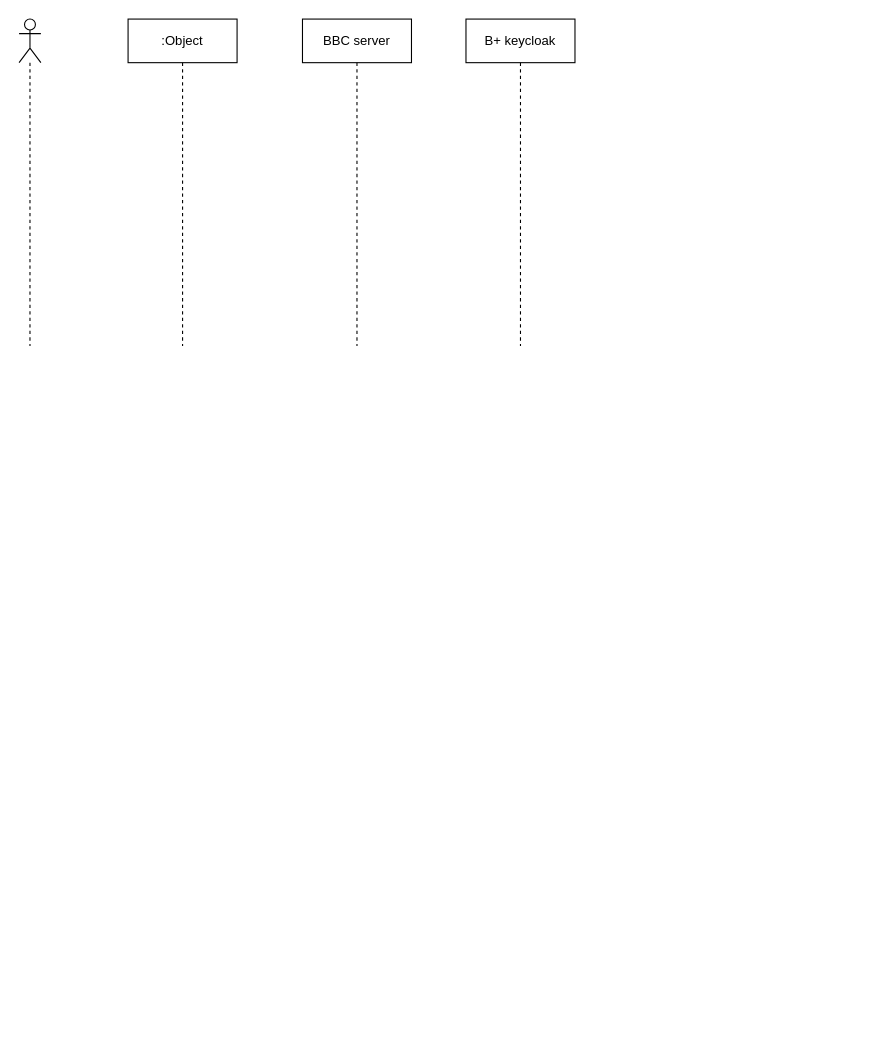
Before: BBC授权流程.drawio in huturenji/drawio, a draw.io diagram. Source tidied: cells renumbered, new cells numbered last; positions are measured from the earlier drawing's top-left corner, leaving out a move shared by most shapes. Both pictures are drawn from the tidied source at 109%, with x=0, y=0 at pixel (19, 19).
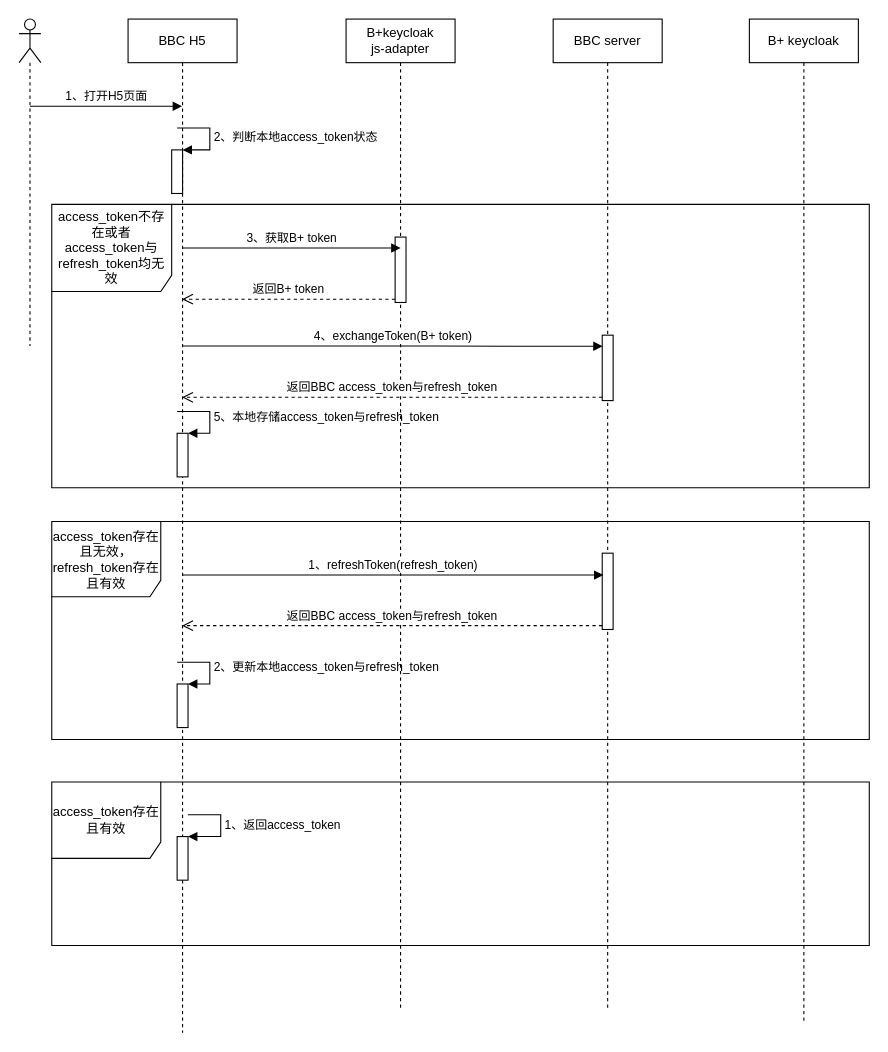
The same diagram, later.

Commit message (it also covers changes not shown here):
更新BBC授权流程.drawio

The change refers to these unchanged cells:
```xml
<mxCell id="4" style="shape=umlLifeline;participant=umlActor;perimeter=lifelinePerimeter;whiteSpace=wrap;html=1;verticalAlign=top;spacingTop=36;" parent="1" vertex="1">
  <mxGeometry width="20" height="300" as="geometry" />
</mxCell>
```

What changed in the source:
```diff
@@
+    <mxCell id="6" value="access_token存在且无效，refresh_token存在且有效" style="shape=umlFrame;whiteSpace=wrap;html=1;width=100;height=69;" parent="1" vertex="1">
+      <mxGeometry x="30" y="461" width="750" height="200" as="geometry" />
+    </mxCell>
+    <mxCell id="7" value="access_token不存在或者access_token与refresh_token均无效" style="shape=umlFrame;whiteSpace=wrap;html=1;width=110;height=80;" parent="1" vertex="1">
+      <mxGeometry x="30" y="170" width="750" height="260" as="geometry" />
+    </mxCell>
-    <mxCell id="2" value=":Object" style="shape=umlLifeline;perimeter=lifelinePerimeter;whiteSpace=wrap;html=1;outlineConnect=0;" parent="1" vertex="1">
-      <mxGeometry x="100" width="100" height="300" as="geometry" />
+    <mxCell id="2" value="BBC H5" style="shape=umlLifeline;perimeter=lifelinePerimeter;whiteSpace=wrap;html=1;outlineConnect=0;" parent="1" vertex="1">
+      <mxGeometry x="100" width="100" height="930" as="geometry" />
     </mxCell>
+    <mxCell id="8" style="html=1;points=[];perimeter=orthogonalPerimeter;" parent="2" vertex="1">
+      <mxGeometry x="40" y="120" width="10" height="40" as="geometry" />
+    </mxCell>
+    <mxCell id="9" value="2、判断本地access_token状态" style="edgeStyle=orthogonalEdgeStyle;html=1;align=left;spacingLeft=2;endArrow=block;rounded=0;entryX=1;entryY=0;" parent="2" edge="1" target="8">
+      <mxGeometry relative="1" as="geometry">
+        <mxPoint x="45" y="100" as="sourcePoint" />
+        <Array as="points">
+          <mxPoint x="75" y="100" />
+        </Array>
+      </mxGeometry>
+    </mxCell>
+    <mxCell id="10" style="html=1;points=[];perimeter=orthogonalPerimeter;" parent="2" vertex="1">
+      <mxGeometry x="45" y="380" width="10" height="40" as="geometry" />
+    </mxCell>
+    <mxCell id="11" value="5、本地存储access_token与refresh_token" style="edgeStyle=orthogonalEdgeStyle;html=1;align=left;spacingLeft=2;endArrow=block;rounded=0;entryX=1;entryY=0;" parent="2" edge="1" target="10">
+      <mxGeometry relative="1" as="geometry">
+        <mxPoint x="45" y="360" as="sourcePoint" />
+        <Array as="points">
+          <mxPoint x="45" y="360" />
+          <mxPoint x="75" y="360" />
+          <mxPoint x="75" y="380" />
+        </Array>
+      </mxGeometry>
+    </mxCell>
+    <mxCell id="12" style="html=1;points=[];perimeter=orthogonalPerimeter;" parent="2" vertex="1">
+      <mxGeometry x="45" y="610" width="10" height="40" as="geometry" />
+    </mxCell>
+    <mxCell id="13" value="2、更新本地access_token与refresh_token" style="edgeStyle=orthogonalEdgeStyle;html=1;align=left;spacingLeft=2;endArrow=block;rounded=0;entryX=1;entryY=0;" parent="2" edge="1" target="12">
+      <mxGeometry relative="1" as="geometry">
+        <mxPoint x="45" y="590" as="sourcePoint" />
+        <Array as="points">
+          <mxPoint x="75" y="590" />
+        </Array>
+      </mxGeometry>
+    </mxCell>
     <mxCell id="3" value="BBC server" style="shape=umlLifeline;perimeter=lifelinePerimeter;whiteSpace=wrap;html=1;" parent="1" vertex="1">
-      <mxGeometry x="260" width="100" height="300" as="geometry" />
+      <mxGeometry x="490" width="100" height="910" as="geometry" />
     </mxCell>
+    <mxCell id="14" style="html=1;points=[];perimeter=orthogonalPerimeter;" parent="3" vertex="1">
+      <mxGeometry x="45" y="290" width="10" height="60" as="geometry" />
+    </mxCell>
+    <mxCell id="15" style="html=1;points=[];perimeter=orthogonalPerimeter;" parent="3" vertex="1">
+      <mxGeometry x="45" y="490" width="10" height="70" as="geometry" />
+    </mxCell>
@@
+    <mxCell id="16" value="1、打开H5页面" style="html=1;verticalAlign=bottom;endArrow=block;rounded=0;" parent="4" edge="1" target="2">
+      <mxGeometry relative="1" as="geometry">
+        <mxPoint x="10" y="80" as="sourcePoint" />
+      </mxGeometry>
+    </mxCell>
     <mxCell id="5" value="B+ keycloak" style="shape=umlLifeline;perimeter=lifelinePerimeter;whiteSpace=wrap;html=1;" parent="1" vertex="1">
-      <mxGeometry x="410" width="100" height="300" as="geometry" />
+      <mxGeometry x="670" width="100" height="920" as="geometry" />
     </mxCell>
+    <mxCell id="17" value="B+keycloak&lt;br&gt;js-adapter" style="shape=umlLifeline;perimeter=lifelinePerimeter;whiteSpace=wrap;html=1;" parent="1" vertex="1">
+      <mxGeometry x="300" width="100" height="910" as="geometry" />
+    </mxCell>
+    <mxCell id="18" style="html=1;points=[];perimeter=orthogonalPerimeter;" parent="17" vertex="1">
+      <mxGeometry x="45" y="200" width="10" height="60" as="geometry" />
+    </mxCell>
+    <mxCell id="19" value="3、获取B+ token" style="html=1;verticalAlign=bottom;endArrow=block;rounded=0;entryX=0.5;entryY=0.167;entryDx=0;entryDy=0;entryPerimeter=0;" parent="1" edge="1" source="2" target="18">
+      <mxGeometry relative="1" as="geometry" />
+    </mxCell>
+    <mxCell id="20" value="返回B+ token" style="html=1;verticalAlign=bottom;endArrow=open;dashed=1;endSize=8;exitX=0;exitY=0.95;rounded=0;" parent="1" edge="1" source="18" target="2">
+      <mxGeometry relative="1" as="geometry" />
+    </mxCell>
+    <mxCell id="21" value="4、exchangeToken(B+ token)" style="html=1;verticalAlign=bottom;endArrow=block;rounded=0;entryX=0.038;entryY=0.17;entryDx=0;entryDy=0;entryPerimeter=0;" parent="1" edge="1" source="2" target="14">
+      <mxGeometry relative="1" as="geometry">
+        <Array as="points">
+          <mxPoint x="380" y="300" />
+        </Array>
+      </mxGeometry>
+    </mxCell>
+    <mxCell id="22" value="返回BBC access_token与refresh_token" style="html=1;verticalAlign=bottom;endArrow=open;dashed=1;endSize=8;exitX=0;exitY=0.95;rounded=0;" parent="1" edge="1" source="14" target="2">
+      <mxGeometry relative="1" as="geometry" />
+    </mxCell>
+    <mxCell id="23" value="access_token存在且有效" style="shape=umlFrame;whiteSpace=wrap;html=1;width=100;height=70;" parent="1" vertex="1">
+      <mxGeometry x="30" y="700" width="750" height="150" as="geometry" />
+    </mxCell>
+    <mxCell id="24" value="1、refreshToken(refresh_token)" style="html=1;verticalAlign=bottom;endArrow=block;entryX=0.107;entryY=0.287;rounded=0;entryDx=0;entryDy=0;entryPerimeter=0;" parent="1" edge="1" source="2" target="15">
+      <mxGeometry relative="1" as="geometry" />
+    </mxCell>
+    <mxCell id="25" value="返回BBC access_token与refresh_token" style="html=1;verticalAlign=bottom;endArrow=open;dashed=1;endSize=8;exitX=0;exitY=0.95;rounded=0;" parent="1" edge="1" source="15" target="2">
+      <mxGeometry relative="1" as="geometry" />
+    </mxCell>
+    <mxCell id="26" style="html=1;points=[];perimeter=orthogonalPerimeter;" parent="1" vertex="1">
+      <mxGeometry x="145" y="750" width="10" height="40" as="geometry" />
+    </mxCell>
+    <mxCell id="27" value="1、返回access_token" style="edgeStyle=orthogonalEdgeStyle;html=1;align=left;spacingLeft=2;endArrow=block;rounded=0;entryX=1;entryY=0;" parent="1" edge="1" target="26">
+      <mxGeometry relative="1" as="geometry">
+        <mxPoint x="155" y="730" as="sourcePoint" />
+        <Array as="points">
+          <mxPoint x="185" y="730" />
+        </Array>
+      </mxGeometry>
+    </mxCell>
```
